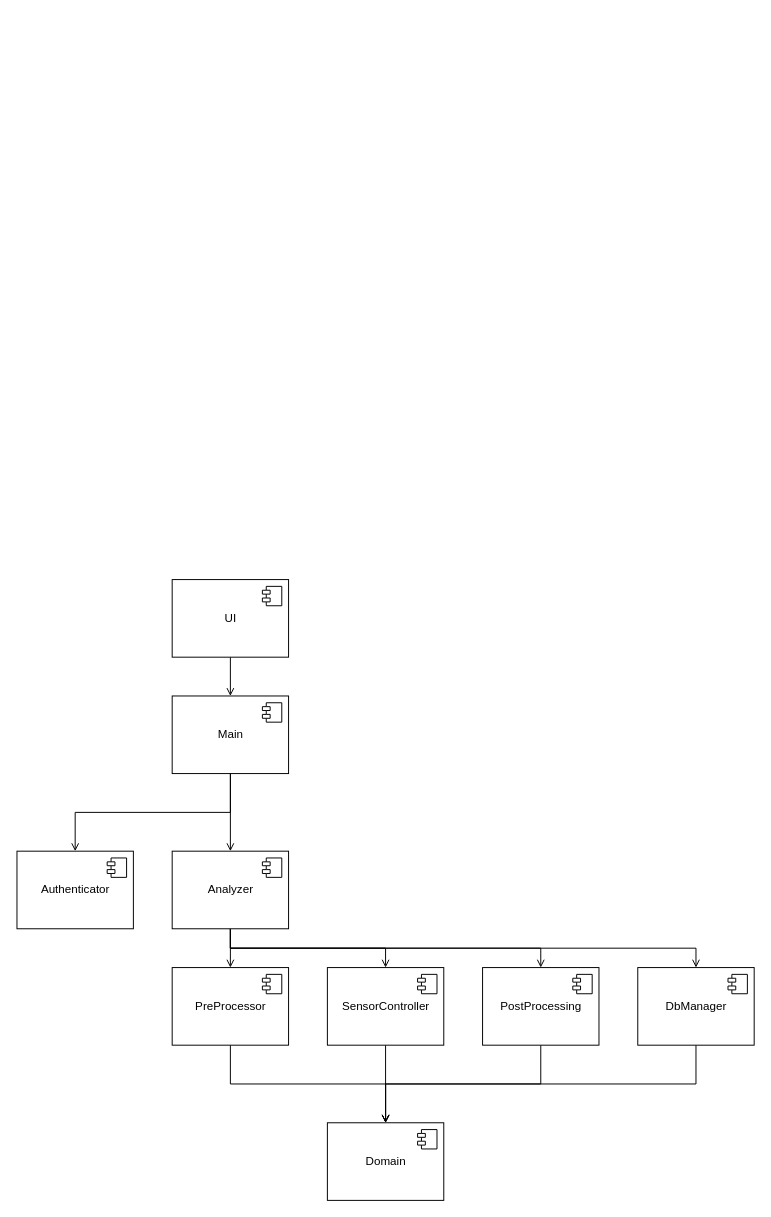
Above: UML/Architecture.drawio in LuisCarlosRojasTorres/CARBsoft.FishNet.Documentation (draw.io), before the change. Source tidied: cells renumbered, new cells numbered last; positions are measured from the earlier drawing's top-left corner, leaving out a move shared by most shapes. Both pictures are drawn from the tidied source at 97%, with x=0, y=0 at pixel (16, 579).
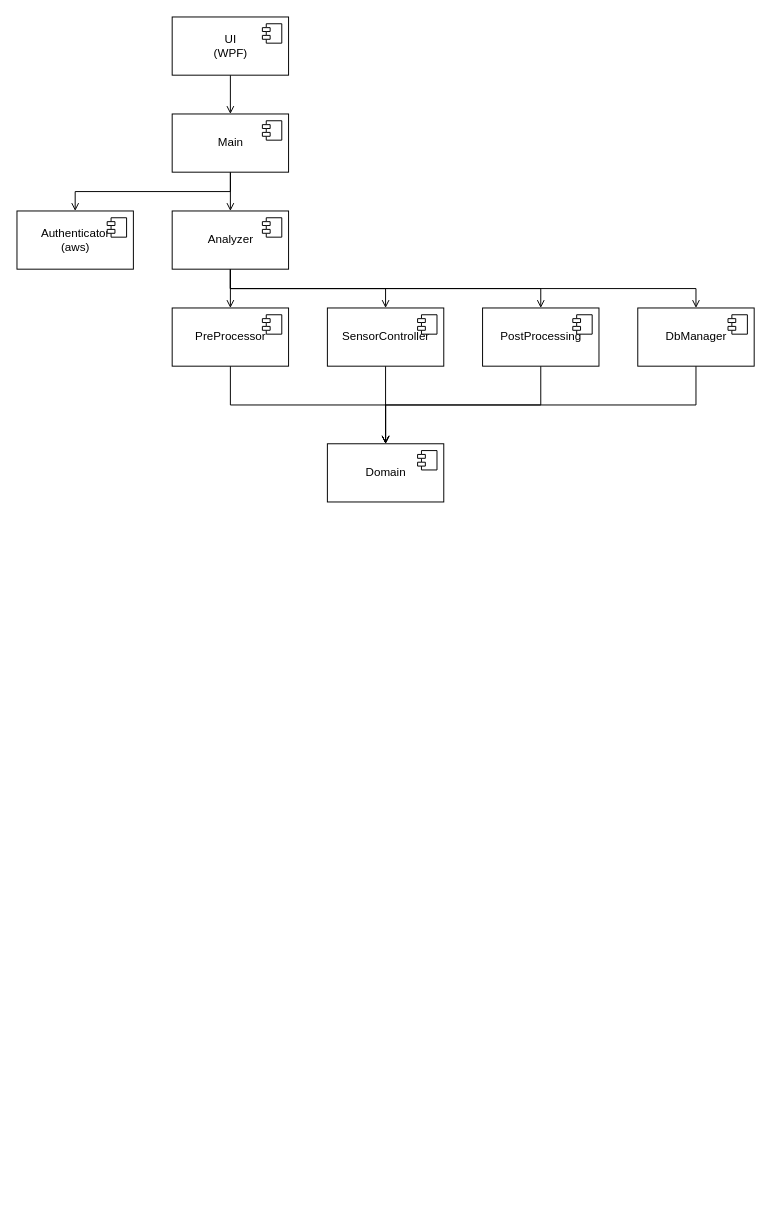
The same diagram, later.

The edit, as a diff of the source:
```diff
@@
-    <mxCell id="3" value="UI" style="html=1;" parent="1" vertex="1">
-      <mxGeometry x="160" width="120" height="80" as="geometry" />
+    <mxCell id="3" value="UI&lt;br&gt;(WPF)" style="html=1;" parent="1" vertex="1">
+      <mxGeometry x="160" y="-580" width="120" height="60" as="geometry" />
     </mxCell>
@@
-    <mxCell id="5" value="Authenticator" style="html=1;" parent="1" vertex="1">
-      <mxGeometry y="280" width="120" height="80" as="geometry" />
+    <mxCell id="5" value="Authenticator&lt;br&gt;(aws)" style="html=1;" parent="1" vertex="1">
+      <mxGeometry y="-380" width="120" height="60" as="geometry" />
     </mxCell>
@@
     <mxCell id="7" style="edgeStyle=orthogonalEdgeStyle;rounded=0;jettySize=auto;html=1;exitX=0.5;exitY=1;exitDx=0;exitDy=0;endArrow=open;endFill=0;" parent="1" edge="1" source="8" target="17">
-      <mxGeometry relative="1" as="geometry" />
+      <mxGeometry relative="1" as="geometry">
+        <Array as="points">
+          <mxPoint x="220" y="-180" />
+          <mxPoint x="380" y="-180" />
+        </Array>
+      </mxGeometry>
     </mxCell>
     <mxCell id="8" value="PreProcessor" style="html=1;" parent="1" vertex="1">
-      <mxGeometry x="160" y="400" width="120" height="80" as="geometry" />
+      <mxGeometry x="160" y="-280" width="120" height="60" as="geometry" />
     </mxCell>
@@
     <mxCell id="11" value="SensorController" style="html=1;" parent="1" vertex="1">
-      <mxGeometry x="320" y="400" width="120" height="80" as="geometry" />
+      <mxGeometry x="320" y="-280" width="120" height="60" as="geometry" />
     </mxCell>
@@
     <mxCell id="15" value="Main" style="html=1;" parent="1" vertex="1">
-      <mxGeometry x="160" y="120" width="120" height="80" as="geometry" />
+      <mxGeometry x="160" y="-480" width="120" height="60" as="geometry" />
     </mxCell>
@@
     <mxCell id="17" value="Domain" style="html=1;" parent="1" vertex="1">
-      <mxGeometry x="320" y="560" width="120" height="80" as="geometry" />
+      <mxGeometry x="320" y="-140" width="120" height="60" as="geometry" />
     </mxCell>
@@
     <mxCell id="20" style="edgeStyle=orthogonalEdgeStyle;rounded=0;jettySize=auto;html=1;exitX=0.5;exitY=1;exitDx=0;exitDy=0;endArrow=open;endFill=0;" parent="1" edge="1" source="23" target="11">
-      <mxGeometry relative="1" as="geometry" />
+      <mxGeometry relative="1" as="geometry">
+        <Array as="points">
+          <mxPoint x="220" y="-300" />
+          <mxPoint x="380" y="-300" />
+        </Array>
+      </mxGeometry>
     </mxCell>
     <mxCell id="21" style="edgeStyle=orthogonalEdgeStyle;rounded=0;jettySize=auto;html=1;exitX=0.5;exitY=1;exitDx=0;exitDy=0;endArrow=open;endFill=0;" parent="1" edge="1" source="23" target="29">
-      <mxGeometry relative="1" as="geometry" />
+      <mxGeometry relative="1" as="geometry">
+        <Array as="points">
+          <mxPoint x="220" y="-300" />
+          <mxPoint x="540" y="-300" />
+        </Array>
+      </mxGeometry>
     </mxCell>
     <mxCell id="22" style="edgeStyle=orthogonalEdgeStyle;rounded=0;jettySize=auto;html=1;exitX=0.5;exitY=1;exitDx=0;exitDy=0;endArrow=open;endFill=0;" parent="1" edge="1" source="23" target="26">
-      <mxGeometry relative="1" as="geometry" />
+      <mxGeometry relative="1" as="geometry">
+        <Array as="points">
+          <mxPoint x="220" y="-300" />
+          <mxPoint x="700" y="-300" />
+        </Array>
+      </mxGeometry>
     </mxCell>
     <mxCell id="23" value="Analyzer" style="html=1;" parent="1" vertex="1">
-      <mxGeometry x="160" y="280" width="120" height="80" as="geometry" />
+      <mxGeometry x="160" y="-380" width="120" height="60" as="geometry" />
     </mxCell>
@@
     <mxCell id="25" style="edgeStyle=orthogonalEdgeStyle;rounded=0;jettySize=auto;html=1;exitX=0.5;exitY=1;exitDx=0;exitDy=0;endArrow=open;endFill=0;" parent="1" edge="1" source="26" target="17">
-      <mxGeometry relative="1" as="geometry" />
+      <mxGeometry relative="1" as="geometry">
+        <Array as="points">
+          <mxPoint x="700" y="-180" />
+          <mxPoint x="380" y="-180" />
+        </Array>
+      </mxGeometry>
     </mxCell>
     <mxCell id="26" value="DbManager" style="html=1;" parent="1" vertex="1">
-      <mxGeometry x="640" y="400" width="120" height="80" as="geometry" />
+      <mxGeometry x="640" y="-280" width="120" height="60" as="geometry" />
     </mxCell>
@@
     <mxCell id="28" style="edgeStyle=orthogonalEdgeStyle;rounded=0;jettySize=auto;html=1;exitX=0.5;exitY=1;exitDx=0;exitDy=0;endArrow=open;endFill=0;" parent="1" edge="1" source="29" target="17">
-      <mxGeometry relative="1" as="geometry" />
+      <mxGeometry relative="1" as="geometry">
+        <Array as="points">
+          <mxPoint x="540" y="-180" />
+          <mxPoint x="380" y="-180" />
+        </Array>
+      </mxGeometry>
     </mxCell>
     <mxCell id="29" value="PostProcessing" style="html=1;" parent="1" vertex="1">
-      <mxGeometry x="480" y="400" width="120" height="80" as="geometry" />
+      <mxGeometry x="480" y="-280" width="120" height="60" as="geometry" />
     </mxCell>
```
